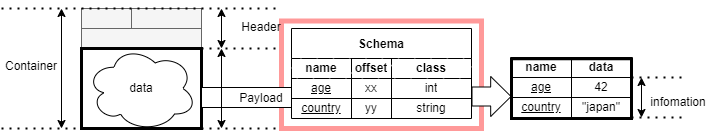
Above: docs/spec_guide/scheme.drawio.png in data-container-for-wearable-sensor/StartGuide (draw.io), before the change. Source tidied: cells renumbered, new cells last; positions are measured from the earlier drawing's top-left corner, leaving out a move shared by most shapes. Source of this version:
```xml
<mxGraphModel>
  <root>
    <mxCell id="0" />
    <mxCell id="1" parent="0" />
    <mxCell id="2" style="rounded=0;whiteSpace=wrap;html=1;strokeWidth=5;fillColor=none;strokeColor=#FF9999;" parent="1" vertex="1">
      <mxGeometry x="280" y="12.5" width="200" height="107.5" as="geometry" />
    </mxCell>
    <mxCell id="3" style="rounded=0;whiteSpace=wrap;html=1;fillColor=#f5f5f5;fontColor=#333333;strokeColor=#666666;" parent="1" vertex="1">
      <mxGeometry x="80" y="20" width="120" height="20" as="geometry" />
    </mxCell>
    <mxCell id="4" style="rounded=0;whiteSpace=wrap;html=1;fillColor=#f5f5f5;fontColor=#333333;strokeColor=#666666;" parent="1" vertex="1">
      <mxGeometry x="80" width="50" height="20" as="geometry" />
    </mxCell>
    <mxCell id="5" style="rounded=0;whiteSpace=wrap;html=1;fillColor=#f5f5f5;fontColor=#333333;strokeColor=#666666;" parent="1" vertex="1">
      <mxGeometry x="130" width="70" height="20" as="geometry" />
    </mxCell>
    <mxCell id="6" style="endArrow=classic;startArrow=classic;html=1;" parent="1" edge="1">
      <mxGeometry relative="1" as="geometry">
        <mxPoint x="220" y="40" as="sourcePoint" />
        <mxPoint x="220" as="targetPoint" />
      </mxGeometry>
    </mxCell>
    <mxCell id="7" value="Header" style="text;html=1;strokeColor=none;fillColor=none;align=center;verticalAlign=middle;whiteSpace=wrap;rounded=0;" parent="1" vertex="1">
      <mxGeometry x="230" y="7.5" width="60" height="22.5" as="geometry" />
    </mxCell>
    <mxCell id="8" style="endArrow=classic;startArrow=classic;html=1;" parent="1" edge="1">
      <mxGeometry relative="1" as="geometry">
        <mxPoint x="60" y="120" as="sourcePoint" />
        <mxPoint x="60" as="targetPoint" />
      </mxGeometry>
    </mxCell>
    <mxCell id="9" value="Container" style="text;html=1;strokeColor=none;fillColor=none;align=center;verticalAlign=middle;whiteSpace=wrap;rounded=0;" parent="1" vertex="1">
      <mxGeometry y="46.2" width="60" height="22.5" as="geometry" />
    </mxCell>
    <mxCell id="10" style="endArrow=none;dashed=1;html=1;dashPattern=1 3;strokeWidth=2;" parent="1" edge="1">
      <mxGeometry relative="1" as="geometry">
        <mxPoint as="sourcePoint" />
        <mxPoint x="280" as="targetPoint" />
      </mxGeometry>
    </mxCell>
    <mxCell id="11" style="endArrow=none;dashed=1;html=1;dashPattern=1 3;strokeWidth=2;" parent="1" edge="1">
      <mxGeometry relative="1" as="geometry">
        <mxPoint y="120" as="sourcePoint" />
        <mxPoint x="280" y="120" as="targetPoint" />
      </mxGeometry>
    </mxCell>
    <mxCell id="12" style="endArrow=none;dashed=1;html=1;dashPattern=1 3;strokeWidth=2;" parent="1" edge="1">
      <mxGeometry relative="1" as="geometry">
        <mxPoint x="200" y="40" as="sourcePoint" />
        <mxPoint x="280" y="40" as="targetPoint" />
      </mxGeometry>
    </mxCell>
    <mxCell id="13" style="rounded=0;whiteSpace=wrap;html=1;strokeWidth=3;perimeterSpacing=0;" parent="1" vertex="1">
      <mxGeometry x="80" y="40" width="120" height="80" as="geometry" />
    </mxCell>
    <mxCell id="14" value="data" style="ellipse;shape=cloud;whiteSpace=wrap;html=1;" parent="1" vertex="1">
      <mxGeometry x="85" y="37.5" width="110" height="85" as="geometry" />
    </mxCell>
    <mxCell id="15" value="age" style="rounded=0;whiteSpace=wrap;html=1;fillStyle=solid;strokeColor=default;strokeWidth=1;fillColor=default;gradientColor=none;fontStyle=4;" parent="1" vertex="1">
      <mxGeometry x="510" y="69" width="60" height="20" as="geometry" />
    </mxCell>
    <mxCell id="16" value="country" style="rounded=0;whiteSpace=wrap;html=1;fillStyle=solid;strokeColor=default;strokeWidth=1;fillColor=default;gradientColor=none;fontStyle=4;" parent="1" vertex="1">
      <mxGeometry x="510" y="89" width="60" height="20" as="geometry" />
    </mxCell>
    <mxCell id="17" value="42" style="rounded=0;whiteSpace=wrap;html=1;fillStyle=solid;strokeColor=default;strokeWidth=1;fillColor=default;gradientColor=none;" parent="1" vertex="1">
      <mxGeometry x="570" y="69" width="60" height="20" as="geometry" />
    </mxCell>
    <mxCell id="18" value="&quot;japan&quot;" style="rounded=0;whiteSpace=wrap;html=1;fillStyle=solid;strokeColor=default;strokeWidth=1;fillColor=default;gradientColor=none;" parent="1" vertex="1">
      <mxGeometry x="570" y="89" width="60" height="20" as="geometry" />
    </mxCell>
    <mxCell id="19" style="endArrow=none;dashed=1;html=1;dashPattern=1 3;strokeWidth=2;" parent="1" edge="1">
      <mxGeometry relative="1" as="geometry">
        <mxPoint x="680" y="69" as="sourcePoint" />
        <mxPoint x="630" y="69" as="targetPoint" />
      </mxGeometry>
    </mxCell>
    <mxCell id="20" style="endArrow=none;dashed=1;html=1;dashPattern=1 3;strokeWidth=2;" parent="1" edge="1">
      <mxGeometry relative="1" as="geometry">
        <mxPoint x="680" y="109" as="sourcePoint" />
        <mxPoint x="630" y="109" as="targetPoint" />
      </mxGeometry>
    </mxCell>
    <mxCell id="21" style="endArrow=classic;startArrow=classic;html=1;" parent="1" edge="1">
      <mxGeometry relative="1" as="geometry">
        <mxPoint x="640" y="109" as="sourcePoint" />
        <mxPoint x="640" y="69" as="targetPoint" />
      </mxGeometry>
    </mxCell>
    <mxCell id="22" value="infomation" style="text;html=1;strokeColor=none;fillColor=none;align=center;verticalAlign=middle;whiteSpace=wrap;rounded=0;fillStyle=solid;strokeWidth=1;" parent="1" vertex="1">
      <mxGeometry x="647" y="79" width="60" height="30" as="geometry" />
    </mxCell>
    <mxCell id="23" value="Schema" style="shape=table;startSize=30;fontStyle=1;align=center;strokeWidth=1;" parent="1" vertex="1">
      <mxGeometry x="290" y="20" width="180" height="90" as="geometry" />
    </mxCell>
    <mxCell id="24" style="shape=tableRow;horizontal=0;startSize=0;swimlaneHead=0;swimlaneBody=0;top=0;left=0;bottom=0;right=0;fillColor=none;" parent="23" vertex="1">
      <mxGeometry y="30" width="180" height="20" as="geometry" />
    </mxCell>
    <mxCell id="25" value="name" style="shape=partialRectangle;html=1;whiteSpace=wrap;fillColor=default;top=0;left=0;bottom=0;right=0;overflow=hidden;strokeColor=#d6b656;gradientColor=none;fillStyle=hatch;fontStyle=1;" parent="24" vertex="1">
      <mxGeometry width="60" height="20" as="geometry" />
    </mxCell>
    <mxCell id="26" value="offset" style="shape=partialRectangle;html=1;whiteSpace=wrap;fillColor=default;top=0;left=0;bottom=0;right=0;overflow=hidden;strokeColor=#d6b656;gradientColor=none;fillStyle=hatch;fontStyle=1;" parent="24" vertex="1">
      <mxGeometry x="60" width="40" height="20" as="geometry" />
    </mxCell>
    <mxCell id="27" value="class" style="shape=partialRectangle;html=1;whiteSpace=wrap;fillColor=default;top=0;left=0;bottom=0;right=0;overflow=hidden;strokeColor=#d6b656;gradientColor=none;fillStyle=hatch;fontStyle=1;" parent="24" vertex="1">
      <mxGeometry x="100" width="80" height="20" as="geometry" />
    </mxCell>
    <mxCell id="28" style="shape=tableRow;horizontal=0;startSize=0;swimlaneHead=0;swimlaneBody=0;top=0;left=0;bottom=0;right=0;fillColor=none;" parent="23" vertex="1">
      <mxGeometry y="50" width="180" height="20" as="geometry" />
    </mxCell>
    <mxCell id="29" value="age" style="shape=partialRectangle;html=1;whiteSpace=wrap;fillColor=none;top=0;left=0;bottom=0;right=0;overflow=hidden;fontStyle=4;" parent="28" vertex="1">
      <mxGeometry width="60" height="20" as="geometry" />
    </mxCell>
    <mxCell id="30" value="xx" style="shape=partialRectangle;html=1;whiteSpace=wrap;fillColor=none;top=0;left=0;bottom=0;right=0;overflow=hidden;" parent="28" vertex="1">
      <mxGeometry x="60" width="40" height="20" as="geometry" />
    </mxCell>
    <mxCell id="31" value="int" style="shape=partialRectangle;html=1;whiteSpace=wrap;fillColor=none;top=0;left=0;bottom=0;right=0;overflow=hidden;" parent="28" vertex="1">
      <mxGeometry x="100" width="80" height="20" as="geometry" />
    </mxCell>
    <mxCell id="32" style="shape=tableRow;horizontal=0;startSize=0;swimlaneHead=0;swimlaneBody=0;top=0;left=0;bottom=0;right=0;fillColor=none;" parent="23" vertex="1">
      <mxGeometry y="70" width="180" height="20" as="geometry" />
    </mxCell>
    <mxCell id="33" value="country" style="shape=partialRectangle;html=1;whiteSpace=wrap;fillColor=none;top=0;left=0;bottom=0;right=0;overflow=hidden;fontStyle=4;" parent="32" vertex="1">
      <mxGeometry width="60" height="20" as="geometry" />
    </mxCell>
    <mxCell id="34" value="yy" style="shape=partialRectangle;html=1;whiteSpace=wrap;fillColor=none;top=0;left=0;bottom=0;right=0;overflow=hidden;" parent="32" vertex="1">
      <mxGeometry x="60" width="40" height="20" as="geometry" />
    </mxCell>
    <mxCell id="35" value="string" style="shape=partialRectangle;html=1;whiteSpace=wrap;fillColor=none;top=0;left=0;bottom=0;right=0;overflow=hidden;" parent="32" vertex="1">
      <mxGeometry x="100" width="80" height="20" as="geometry" />
    </mxCell>
    <mxCell id="36" value="&lt;b&gt;data&lt;/b&gt;" style="rounded=0;whiteSpace=wrap;html=1;fillStyle=solid;strokeColor=default;strokeWidth=1;fillColor=default;gradientColor=none;" parent="1" vertex="1">
      <mxGeometry x="570" y="49" width="60" height="20" as="geometry" />
    </mxCell>
    <mxCell id="37" value="&lt;b&gt;name&lt;/b&gt;" style="rounded=0;whiteSpace=wrap;html=1;fillStyle=solid;strokeColor=default;strokeWidth=1;fillColor=default;gradientColor=none;" parent="1" vertex="1">
      <mxGeometry x="510" y="49" width="60" height="20" as="geometry" />
    </mxCell>
    <mxCell id="38" style="rounded=0;whiteSpace=wrap;html=1;" parent="1" vertex="1">
      <mxGeometry x="200" y="79" width="90" height="20" as="geometry" />
    </mxCell>
    <mxCell id="39" value="Payload" style="text;html=1;strokeColor=none;fillColor=none;align=center;verticalAlign=middle;whiteSpace=wrap;rounded=0;" parent="1" vertex="1">
      <mxGeometry x="230" y="79" width="60" height="22.5" as="geometry" />
    </mxCell>
    <mxCell id="40" style="endArrow=classic;startArrow=classic;html=1;" parent="1" edge="1">
      <mxGeometry relative="1" as="geometry">
        <mxPoint x="220" y="120" as="sourcePoint" />
        <mxPoint x="220" y="40" as="targetPoint" />
      </mxGeometry>
    </mxCell>
    <mxCell id="41" style="shape=flexArrow;endArrow=classic;html=1;width=19;endSize=6.44;fillColor=default;" parent="1" edge="1">
      <mxGeometry relative="1" as="geometry">
        <mxPoint x="470" y="88" as="sourcePoint" />
        <mxPoint x="510" y="88" as="targetPoint" />
      </mxGeometry>
    </mxCell>
    <mxCell id="42" style="rounded=0;whiteSpace=wrap;html=1;strokeWidth=3;perimeterSpacing=0;fillColor=none;" parent="1" vertex="1">
      <mxGeometry x="510" y="50.2" width="120" height="59.8" as="geometry" />
    </mxCell>
  </root>
</mxGraphModel>
```
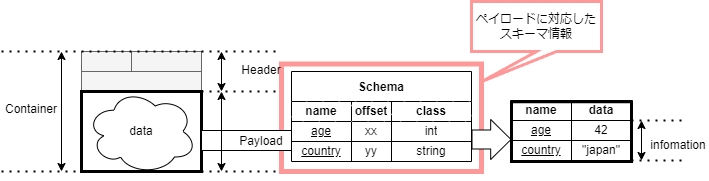
After the change.

Change to the diagram source:
```diff
@@ -155,5 +155,8 @@
     <mxCell id="42" style="rounded=0;whiteSpace=wrap;html=1;strokeWidth=3;perimeterSpacing=0;fillColor=none;" parent="1" vertex="1">
       <mxGeometry x="510" y="50.2" width="120" height="59.8" as="geometry" />
     </mxCell>
+    <mxCell id="43" value="ペイロードに対応した&lt;br&gt;スキーマ情報" style="shape=callout;whiteSpace=wrap;html=1;perimeter=calloutPerimeter;position2=0.08;strokeColor=#FF9999;strokeWidth=3;" parent="1" vertex="1">
+      <mxGeometry x="470" y="-50" width="130" height="80" as="geometry" />
+    </mxCell>
   </root>
 </mxGraphModel>
```
